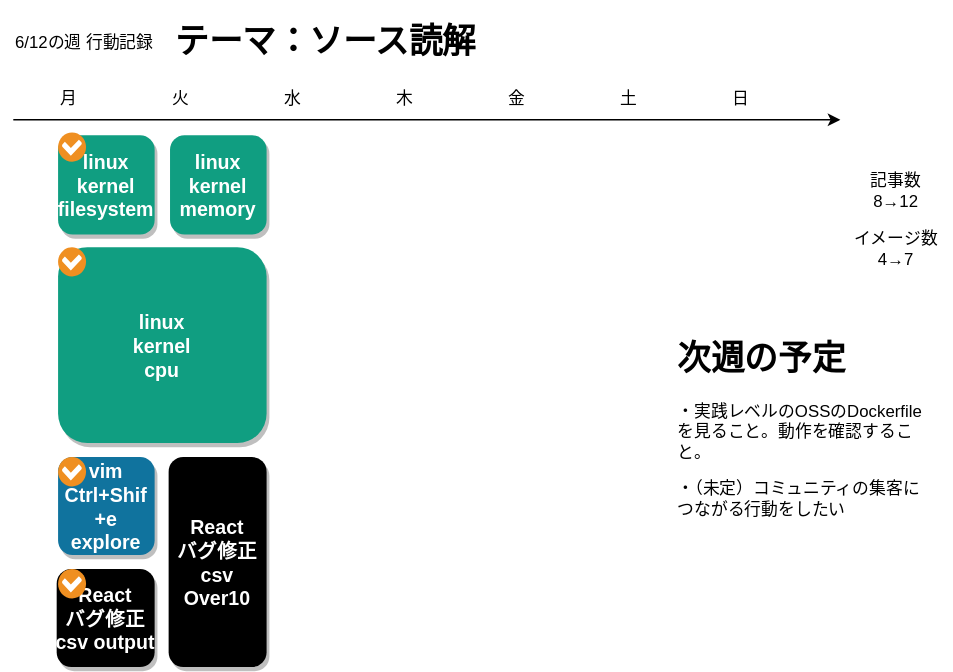
Before: 人生設計-20230619.drawio.svg, a diagram exported from draw.io (minegishirei/draw_v1). Source tidied: cells renumbered, new cells last; positions are measured from the earlier drawing's top-left corner, leaving out a move shared by most shapes. Source of this version:
```xml
<mxGraphModel>
  <root>
    <mxCell id="0" />
    <mxCell id="1" parent="0" />
    <mxCell id="2" value="火" style="text;html=1;strokeColor=none;fillColor=none;align=center;verticalAlign=middle;whiteSpace=wrap;rounded=0;" parent="1" vertex="1">
      <mxGeometry x="99" y="45" width="60" height="30" as="geometry" />
    </mxCell>
    <mxCell id="3" value="水" style="text;html=1;strokeColor=none;fillColor=none;align=center;verticalAlign=middle;whiteSpace=wrap;rounded=0;" parent="1" vertex="1">
      <mxGeometry x="179" y="45" width="60" height="30" as="geometry" />
    </mxCell>
    <mxCell id="4" value="木" style="text;html=1;strokeColor=none;fillColor=none;align=center;verticalAlign=middle;whiteSpace=wrap;rounded=0;" parent="1" vertex="1">
      <mxGeometry x="259" y="45" width="60" height="30" as="geometry" />
    </mxCell>
    <mxCell id="5" value="金" style="text;html=1;strokeColor=none;fillColor=none;align=center;verticalAlign=middle;whiteSpace=wrap;rounded=0;" parent="1" vertex="1">
      <mxGeometry x="339" y="45" width="60" height="30" as="geometry" />
    </mxCell>
    <mxCell id="6" value="土" style="text;html=1;strokeColor=none;fillColor=none;align=center;verticalAlign=middle;whiteSpace=wrap;rounded=0;" parent="1" vertex="1">
      <mxGeometry x="419" y="45" width="60" height="30" as="geometry" />
    </mxCell>
    <mxCell id="7" value="日" style="text;html=1;strokeColor=none;fillColor=none;align=center;verticalAlign=middle;whiteSpace=wrap;rounded=0;" parent="1" vertex="1">
      <mxGeometry x="499" y="45" width="60" height="30" as="geometry" />
    </mxCell>
    <mxCell id="8" value="月" style="text;html=1;strokeColor=none;fillColor=none;align=center;verticalAlign=middle;whiteSpace=wrap;rounded=0;" parent="1" vertex="1">
      <mxGeometry x="19" y="45" width="60" height="30" as="geometry" />
    </mxCell>
    <mxCell id="9" style="endArrow=classic;html=1;rounded=0;" parent="1" edge="1">
      <mxGeometry relative="1" as="geometry">
        <mxPoint x="9" y="75" as="sourcePoint" />
        <mxPoint x="600" y="75" as="targetPoint" />
      </mxGeometry>
    </mxCell>
    <mxCell id="10" value="6/12の週 行動記録" style="text;html=1;strokeColor=none;fillColor=none;align=center;verticalAlign=middle;whiteSpace=wrap;rounded=0;" parent="1" vertex="1">
      <mxGeometry y="5" width="120" height="30" as="geometry" />
    </mxCell>
    <mxCell id="11" value="&lt;h1&gt;テーマ：ソース読解&lt;/h1&gt;" style="text;html=1;strokeColor=none;fillColor=none;spacing=5;spacingTop=-20;whiteSpace=wrap;overflow=hidden;rounded=0;" parent="1" vertex="1">
      <mxGeometry x="120" width="480" height="40" as="geometry" />
    </mxCell>
    <mxCell id="12" value="記事数&lt;br&gt;8→12" style="text;html=1;strokeColor=none;fillColor=none;align=center;verticalAlign=middle;whiteSpace=wrap;rounded=0;" parent="1" vertex="1">
      <mxGeometry x="600" y="105" width="80" height="41" as="geometry" />
    </mxCell>
    <mxCell id="13" value="イメージ数&lt;br&gt;4→7" style="text;html=1;strokeColor=none;fillColor=none;align=center;verticalAlign=middle;whiteSpace=wrap;rounded=0;" parent="1" vertex="1">
      <mxGeometry x="600" y="146" width="80" height="41" as="geometry" />
    </mxCell>
    <mxCell id="14" value="&lt;h1&gt;次週の予定&lt;/h1&gt;&lt;p&gt;・実践レベルのOSSのDockerfileを見ること。動作を確認すること。&lt;/p&gt;&lt;p&gt;・（未定）コミュニティの集客につながる行動をしたい&lt;/p&gt;" style="text;html=1;strokeColor=none;fillColor=none;spacing=5;spacingTop=-20;whiteSpace=wrap;overflow=hidden;rounded=0;" parent="1" vertex="1">
      <mxGeometry x="479" y="226" width="190" height="190" as="geometry" />
    </mxCell>
    <mxCell id="15" value="linux &#10;kernel&#10;filesystem" style="rounded=1;fillColor=#109e81;strokeColor=none;shadow=1;gradientColor=none;fontStyle=1;fontColor=#FFFFFF;fontSize=14;" parent="1" vertex="1">
      <mxGeometry x="41" y="86" width="69" height="71" as="geometry" />
    </mxCell>
    <mxCell id="16" style="shadow=0;dashed=0;html=1;strokeColor=none;fillColor=#EF8F21;labelPosition=center;verticalLabelPosition=bottom;verticalAlign=top;align=center;shape=mxgraph.veeam.checked;" parent="1" vertex="1">
      <mxGeometry x="41" y="84" width="20" height="21" as="geometry" />
    </mxCell>
    <mxCell id="17" value="linux &#10;kernel&#10;cpu" style="rounded=1;fillColor=#109e81;strokeColor=none;shadow=1;gradientColor=none;fontStyle=1;fontColor=#FFFFFF;fontSize=14;" parent="1" vertex="1">
      <mxGeometry x="41" y="166" width="149" height="140" as="geometry" />
    </mxCell>
    <mxCell id="18" value="vim&#10;Ctrl+Shif&#10;+e&#10;explore" style="rounded=1;fillColor=#10739E;strokeColor=none;shadow=1;gradientColor=none;fontStyle=1;fontColor=#FFFFFF;fontSize=14;" parent="1" vertex="1">
      <mxGeometry x="41" y="316" width="69" height="70" as="geometry" />
    </mxCell>
    <mxCell id="19" style="shadow=0;dashed=0;html=1;strokeColor=none;fillColor=#EF8F21;labelPosition=center;verticalLabelPosition=bottom;verticalAlign=top;align=center;shape=mxgraph.veeam.checked;" parent="1" vertex="1">
      <mxGeometry x="41" y="166" width="20" height="21" as="geometry" />
    </mxCell>
    <mxCell id="20" style="shadow=0;dashed=0;html=1;strokeColor=none;fillColor=#EF8F21;labelPosition=center;verticalLabelPosition=bottom;verticalAlign=top;align=center;shape=mxgraph.veeam.checked;" parent="1" vertex="1">
      <mxGeometry x="41" y="316" width="20" height="21" as="geometry" />
    </mxCell>
    <mxCell id="21" value="React&#10;バグ修正&#10;csv output" style="rounded=1;fillColor=#000000;strokeColor=none;shadow=1;gradientColor=none;fontStyle=1;fontColor=#FFFFFF;fontSize=14;" parent="1" vertex="1">
      <mxGeometry x="40" y="396" width="70" height="70" as="geometry" />
    </mxCell>
    <mxCell id="22" style="shadow=0;dashed=0;html=1;strokeColor=none;fillColor=#EF8F21;labelPosition=center;verticalLabelPosition=bottom;verticalAlign=top;align=center;shape=mxgraph.veeam.checked;" parent="1" vertex="1">
      <mxGeometry x="41" y="396" width="20" height="21" as="geometry" />
    </mxCell>
    <mxCell id="23" value="linux &#10;kernel&#10;memory" style="rounded=1;fillColor=#109e81;strokeColor=none;shadow=1;gradientColor=none;fontStyle=1;fontColor=#FFFFFF;fontSize=14;" parent="1" vertex="1">
      <mxGeometry x="121" y="86" width="69" height="71" as="geometry" />
    </mxCell>
    <mxCell id="24" value="React&#10;バグ修正&#10;csv&#10;Over10" style="rounded=1;fillColor=#000000;strokeColor=none;shadow=1;gradientColor=none;fontStyle=1;fontColor=#FFFFFF;fontSize=14;" parent="1" vertex="1">
      <mxGeometry x="120" y="316" width="70" height="150" as="geometry" />
    </mxCell>
  </root>
</mxGraphModel>
```
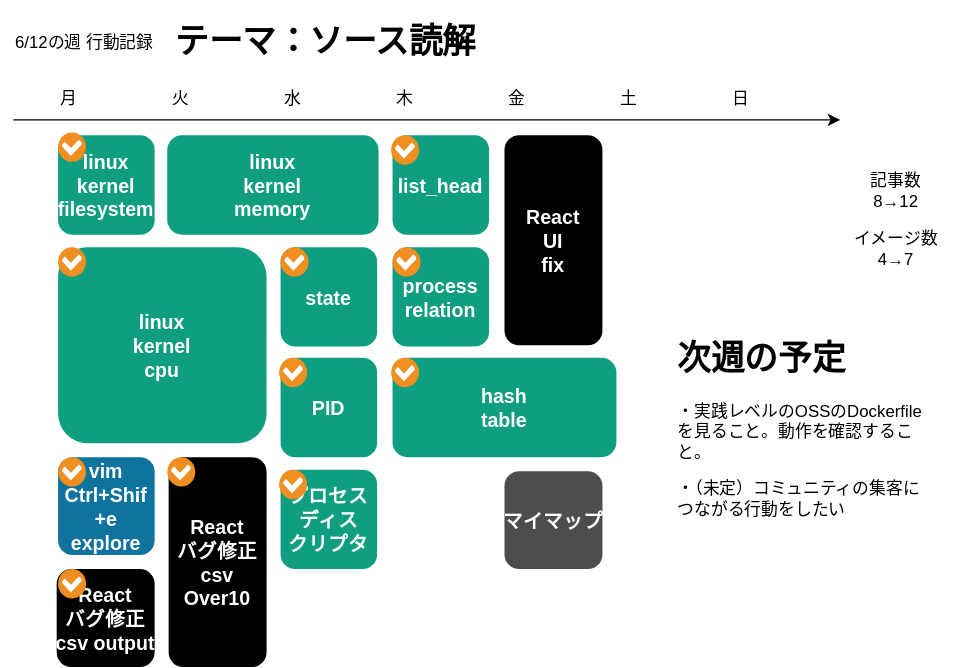
Later version of the same file.

Commit message:
人生設計-20230619.drawio.svg を追加しました。

What changed in the source:
```diff
@@ -2,58 +2,58 @@
   <root>
     <mxCell id="0" />
     <mxCell id="1" parent="0" />
-    <mxCell id="2" value="火" style="text;html=1;strokeColor=none;fillColor=none;align=center;verticalAlign=middle;whiteSpace=wrap;rounded=0;" parent="1" vertex="1">
+    <mxCell id="2" value="火" style="text;html=1;strokeColor=none;fillColor=none;align=center;verticalAlign=middle;whiteSpace=wrap;rounded=0;shadow=0;" parent="1" vertex="1">
       <mxGeometry x="99" y="45" width="60" height="30" as="geometry" />
     </mxCell>
-    <mxCell id="3" value="水" style="text;html=1;strokeColor=none;fillColor=none;align=center;verticalAlign=middle;whiteSpace=wrap;rounded=0;" parent="1" vertex="1">
+    <mxCell id="3" value="水" style="text;html=1;strokeColor=none;fillColor=none;align=center;verticalAlign=middle;whiteSpace=wrap;rounded=0;shadow=0;" parent="1" vertex="1">
       <mxGeometry x="179" y="45" width="60" height="30" as="geometry" />
     </mxCell>
-    <mxCell id="4" value="木" style="text;html=1;strokeColor=none;fillColor=none;align=center;verticalAlign=middle;whiteSpace=wrap;rounded=0;" parent="1" vertex="1">
+    <mxCell id="4" value="木" style="text;html=1;strokeColor=none;fillColor=none;align=center;verticalAlign=middle;whiteSpace=wrap;rounded=0;shadow=0;" parent="1" vertex="1">
       <mxGeometry x="259" y="45" width="60" height="30" as="geometry" />
     </mxCell>
-    <mxCell id="5" value="金" style="text;html=1;strokeColor=none;fillColor=none;align=center;verticalAlign=middle;whiteSpace=wrap;rounded=0;" parent="1" vertex="1">
+    <mxCell id="5" value="金" style="text;html=1;strokeColor=none;fillColor=none;align=center;verticalAlign=middle;whiteSpace=wrap;rounded=0;shadow=0;" parent="1" vertex="1">
       <mxGeometry x="339" y="45" width="60" height="30" as="geometry" />
     </mxCell>
-    <mxCell id="6" value="土" style="text;html=1;strokeColor=none;fillColor=none;align=center;verticalAlign=middle;whiteSpace=wrap;rounded=0;" parent="1" vertex="1">
+    <mxCell id="6" value="土" style="text;html=1;strokeColor=none;fillColor=none;align=center;verticalAlign=middle;whiteSpace=wrap;rounded=0;shadow=0;" parent="1" vertex="1">
       <mxGeometry x="419" y="45" width="60" height="30" as="geometry" />
     </mxCell>
-    <mxCell id="7" value="日" style="text;html=1;strokeColor=none;fillColor=none;align=center;verticalAlign=middle;whiteSpace=wrap;rounded=0;" parent="1" vertex="1">
+    <mxCell id="7" value="日" style="text;html=1;strokeColor=none;fillColor=none;align=center;verticalAlign=middle;whiteSpace=wrap;rounded=0;shadow=0;" parent="1" vertex="1">
       <mxGeometry x="499" y="45" width="60" height="30" as="geometry" />
     </mxCell>
-    <mxCell id="8" value="月" style="text;html=1;strokeColor=none;fillColor=none;align=center;verticalAlign=middle;whiteSpace=wrap;rounded=0;" parent="1" vertex="1">
+    <mxCell id="8" value="月" style="text;html=1;strokeColor=none;fillColor=none;align=center;verticalAlign=middle;whiteSpace=wrap;rounded=0;shadow=0;" parent="1" vertex="1">
       <mxGeometry x="19" y="45" width="60" height="30" as="geometry" />
     </mxCell>
-    <mxCell id="9" style="endArrow=classic;html=1;rounded=0;" parent="1" edge="1">
+    <mxCell id="9" style="endArrow=classic;html=1;rounded=0;shadow=0;" parent="1" edge="1">
       <mxGeometry relative="1" as="geometry">
         <mxPoint x="9" y="75" as="sourcePoint" />
         <mxPoint x="600" y="75" as="targetPoint" />
       </mxGeometry>
     </mxCell>
-    <mxCell id="10" value="6/12の週 行動記録" style="text;html=1;strokeColor=none;fillColor=none;align=center;verticalAlign=middle;whiteSpace=wrap;rounded=0;" parent="1" vertex="1">
+    <mxCell id="10" value="6/12の週 行動記録" style="text;html=1;strokeColor=none;fillColor=none;align=center;verticalAlign=middle;whiteSpace=wrap;rounded=0;shadow=0;" parent="1" vertex="1">
       <mxGeometry y="5" width="120" height="30" as="geometry" />
     </mxCell>
-    <mxCell id="11" value="&lt;h1&gt;テーマ：ソース読解&lt;/h1&gt;" style="text;html=1;strokeColor=none;fillColor=none;spacing=5;spacingTop=-20;whiteSpace=wrap;overflow=hidden;rounded=0;" parent="1" vertex="1">
+    <mxCell id="11" value="&lt;h1&gt;テーマ：ソース読解&lt;/h1&gt;" style="text;html=1;strokeColor=none;fillColor=none;spacing=5;spacingTop=-20;whiteSpace=wrap;overflow=hidden;rounded=0;shadow=0;" parent="1" vertex="1">
       <mxGeometry x="120" width="480" height="40" as="geometry" />
     </mxCell>
-    <mxCell id="12" value="記事数&lt;br&gt;8→12" style="text;html=1;strokeColor=none;fillColor=none;align=center;verticalAlign=middle;whiteSpace=wrap;rounded=0;" parent="1" vertex="1">
+    <mxCell id="12" value="記事数&lt;br&gt;8→12" style="text;html=1;strokeColor=none;fillColor=none;align=center;verticalAlign=middle;whiteSpace=wrap;rounded=0;shadow=0;" parent="1" vertex="1">
       <mxGeometry x="600" y="105" width="80" height="41" as="geometry" />
     </mxCell>
-    <mxCell id="13" value="イメージ数&lt;br&gt;4→7" style="text;html=1;strokeColor=none;fillColor=none;align=center;verticalAlign=middle;whiteSpace=wrap;rounded=0;" parent="1" vertex="1">
+    <mxCell id="13" value="イメージ数&lt;br&gt;4→7" style="text;html=1;strokeColor=none;fillColor=none;align=center;verticalAlign=middle;whiteSpace=wrap;rounded=0;shadow=0;" parent="1" vertex="1">
       <mxGeometry x="600" y="146" width="80" height="41" as="geometry" />
     </mxCell>
-    <mxCell id="14" value="&lt;h1&gt;次週の予定&lt;/h1&gt;&lt;p&gt;・実践レベルのOSSのDockerfileを見ること。動作を確認すること。&lt;/p&gt;&lt;p&gt;・（未定）コミュニティの集客につながる行動をしたい&lt;/p&gt;" style="text;html=1;strokeColor=none;fillColor=none;spacing=5;spacingTop=-20;whiteSpace=wrap;overflow=hidden;rounded=0;" parent="1" vertex="1">
+    <mxCell id="14" value="&lt;h1&gt;次週の予定&lt;/h1&gt;&lt;p&gt;・実践レベルのOSSのDockerfileを見ること。動作を確認すること。&lt;/p&gt;&lt;p&gt;・（未定）コミュニティの集客につながる行動をしたい&lt;/p&gt;" style="text;html=1;strokeColor=none;fillColor=none;spacing=5;spacingTop=-20;whiteSpace=wrap;overflow=hidden;rounded=0;shadow=0;" parent="1" vertex="1">
       <mxGeometry x="479" y="226" width="190" height="190" as="geometry" />
     </mxCell>
-    <mxCell id="15" value="linux &#10;kernel&#10;filesystem" style="rounded=1;fillColor=#109e81;strokeColor=none;shadow=1;gradientColor=none;fontStyle=1;fontColor=#FFFFFF;fontSize=14;" parent="1" vertex="1">
+    <mxCell id="15" value="linux &#10;kernel&#10;filesystem" style="rounded=1;fillColor=#109e81;strokeColor=none;shadow=0;gradientColor=none;fontStyle=1;fontColor=#FFFFFF;fontSize=14;" parent="1" vertex="1">
       <mxGeometry x="41" y="86" width="69" height="71" as="geometry" />
     </mxCell>
     <mxCell id="16" style="shadow=0;dashed=0;html=1;strokeColor=none;fillColor=#EF8F21;labelPosition=center;verticalLabelPosition=bottom;verticalAlign=top;align=center;shape=mxgraph.veeam.checked;" parent="1" vertex="1">
       <mxGeometry x="41" y="84" width="20" height="21" as="geometry" />
     </mxCell>
-    <mxCell id="17" value="linux &#10;kernel&#10;cpu" style="rounded=1;fillColor=#109e81;strokeColor=none;shadow=1;gradientColor=none;fontStyle=1;fontColor=#FFFFFF;fontSize=14;" parent="1" vertex="1">
+    <mxCell id="17" value="linux &#10;kernel&#10;cpu" style="rounded=1;fillColor=#109e81;strokeColor=none;shadow=0;gradientColor=none;fontStyle=1;fontColor=#FFFFFF;fontSize=14;" parent="1" vertex="1">
       <mxGeometry x="41" y="166" width="149" height="140" as="geometry" />
     </mxCell>
-    <mxCell id="18" value="vim&#10;Ctrl+Shif&#10;+e&#10;explore" style="rounded=1;fillColor=#10739E;strokeColor=none;shadow=1;gradientColor=none;fontStyle=1;fontColor=#FFFFFF;fontSize=14;" parent="1" vertex="1">
+    <mxCell id="18" value="vim&#10;Ctrl+Shif&#10;+e&#10;explore" style="rounded=1;fillColor=#10739E;strokeColor=none;shadow=0;gradientColor=none;fontStyle=1;fontColor=#FFFFFF;fontSize=14;" parent="1" vertex="1">
       <mxGeometry x="41" y="316" width="69" height="70" as="geometry" />
     </mxCell>
     <mxCell id="19" style="shadow=0;dashed=0;html=1;strokeColor=none;fillColor=#EF8F21;labelPosition=center;verticalLabelPosition=bottom;verticalAlign=top;align=center;shape=mxgraph.veeam.checked;" parent="1" vertex="1">
@@ -62,17 +62,62 @@
     <mxCell id="20" style="shadow=0;dashed=0;html=1;strokeColor=none;fillColor=#EF8F21;labelPosition=center;verticalLabelPosition=bottom;verticalAlign=top;align=center;shape=mxgraph.veeam.checked;" parent="1" vertex="1">
       <mxGeometry x="41" y="316" width="20" height="21" as="geometry" />
     </mxCell>
-    <mxCell id="21" value="React&#10;バグ修正&#10;csv output" style="rounded=1;fillColor=#000000;strokeColor=none;shadow=1;gradientColor=none;fontStyle=1;fontColor=#FFFFFF;fontSize=14;" parent="1" vertex="1">
+    <mxCell id="21" value="React&#10;バグ修正&#10;csv output" style="rounded=1;fillColor=#000000;strokeColor=none;shadow=0;gradientColor=none;fontStyle=1;fontColor=#FFFFFF;fontSize=14;" parent="1" vertex="1">
       <mxGeometry x="40" y="396" width="70" height="70" as="geometry" />
     </mxCell>
     <mxCell id="22" style="shadow=0;dashed=0;html=1;strokeColor=none;fillColor=#EF8F21;labelPosition=center;verticalLabelPosition=bottom;verticalAlign=top;align=center;shape=mxgraph.veeam.checked;" parent="1" vertex="1">
       <mxGeometry x="41" y="396" width="20" height="21" as="geometry" />
     </mxCell>
-    <mxCell id="23" value="linux &#10;kernel&#10;memory" style="rounded=1;fillColor=#109e81;strokeColor=none;shadow=1;gradientColor=none;fontStyle=1;fontColor=#FFFFFF;fontSize=14;" parent="1" vertex="1">
-      <mxGeometry x="121" y="86" width="69" height="71" as="geometry" />
+    <mxCell id="23" value="linux &#10;kernel&#10;memory" style="rounded=1;fillColor=#109e81;strokeColor=none;shadow=0;gradientColor=none;fontStyle=1;fontColor=#FFFFFF;fontSize=14;" parent="1" vertex="1">
+      <mxGeometry x="119" y="86" width="151" height="71" as="geometry" />
     </mxCell>
-    <mxCell id="24" value="React&#10;バグ修正&#10;csv&#10;Over10" style="rounded=1;fillColor=#000000;strokeColor=none;shadow=1;gradientColor=none;fontStyle=1;fontColor=#FFFFFF;fontSize=14;" parent="1" vertex="1">
+    <mxCell id="24" value="React&#10;バグ修正&#10;csv&#10;Over10" style="rounded=1;fillColor=#000000;strokeColor=none;shadow=0;gradientColor=none;fontStyle=1;fontColor=#FFFFFF;fontSize=14;" parent="1" vertex="1">
       <mxGeometry x="120" y="316" width="70" height="150" as="geometry" />
     </mxCell>
+    <mxCell id="25" style="shadow=0;dashed=0;html=1;strokeColor=none;fillColor=#EF8F21;labelPosition=center;verticalLabelPosition=bottom;verticalAlign=top;align=center;shape=mxgraph.veeam.checked;" parent="1" vertex="1">
+      <mxGeometry x="119" y="316" width="20" height="21" as="geometry" />
+    </mxCell>
+    <mxCell id="26" value="state" style="rounded=1;fillColor=#109e81;strokeColor=none;shadow=0;gradientColor=none;fontStyle=1;fontColor=#FFFFFF;fontSize=14;" parent="1" vertex="1">
+      <mxGeometry x="200" y="166" width="69" height="71" as="geometry" />
+    </mxCell>
+    <mxCell id="27" value="PID" style="rounded=1;fillColor=#109e81;strokeColor=none;shadow=0;gradientColor=none;fontStyle=1;fontColor=#FFFFFF;fontSize=14;" parent="1" vertex="1">
+      <mxGeometry x="200" y="245" width="69" height="71" as="geometry" />
+    </mxCell>
+    <mxCell id="28" value="プロセス&#10;ディス&#10;クリプタ" style="rounded=1;fillColor=#109e81;strokeColor=none;shadow=0;gradientColor=none;fontStyle=1;fontColor=#FFFFFF;fontSize=14;" parent="1" vertex="1">
+      <mxGeometry x="200" y="325" width="69" height="71" as="geometry" />
+    </mxCell>
+    <mxCell id="29" value="list_head" style="rounded=1;fillColor=#109e81;strokeColor=none;shadow=0;gradientColor=none;fontStyle=1;fontColor=#FFFFFF;fontSize=14;" parent="1" vertex="1">
+      <mxGeometry x="280" y="86" width="69" height="71" as="geometry" />
+    </mxCell>
+    <mxCell id="30" value="process&#10;relation" style="rounded=1;fillColor=#109e81;strokeColor=none;shadow=0;gradientColor=none;fontStyle=1;fontColor=#FFFFFF;fontSize=14;" parent="1" vertex="1">
+      <mxGeometry x="280" y="166" width="69" height="71" as="geometry" />
+    </mxCell>
+    <mxCell id="31" value="hash&#10;table" style="rounded=1;fillColor=#109e81;strokeColor=none;shadow=0;gradientColor=none;fontStyle=1;fontColor=#FFFFFF;fontSize=14;" parent="1" vertex="1">
+      <mxGeometry x="280" y="245" width="160" height="71" as="geometry" />
+    </mxCell>
+    <mxCell id="32" style="shadow=0;dashed=0;html=1;strokeColor=none;fillColor=#EF8F21;labelPosition=center;verticalLabelPosition=bottom;verticalAlign=top;align=center;shape=mxgraph.veeam.checked;" parent="1" vertex="1">
+      <mxGeometry x="200" y="166" width="20" height="21" as="geometry" />
+    </mxCell>
+    <mxCell id="33" style="shadow=0;dashed=0;html=1;strokeColor=none;fillColor=#EF8F21;labelPosition=center;verticalLabelPosition=bottom;verticalAlign=top;align=center;shape=mxgraph.veeam.checked;" parent="1" vertex="1">
+      <mxGeometry x="199" y="245" width="20" height="21" as="geometry" />
+    </mxCell>
+    <mxCell id="34" style="shadow=0;dashed=0;html=1;strokeColor=none;fillColor=#EF8F21;labelPosition=center;verticalLabelPosition=bottom;verticalAlign=top;align=center;shape=mxgraph.veeam.checked;" parent="1" vertex="1">
+      <mxGeometry x="199" y="325" width="20" height="21" as="geometry" />
+    </mxCell>
+    <mxCell id="35" style="shadow=0;dashed=0;html=1;strokeColor=none;fillColor=#EF8F21;labelPosition=center;verticalLabelPosition=bottom;verticalAlign=top;align=center;shape=mxgraph.veeam.checked;" parent="1" vertex="1">
+      <mxGeometry x="280" y="166" width="20" height="21" as="geometry" />
+    </mxCell>
+    <mxCell id="36" style="shadow=0;dashed=0;html=1;strokeColor=none;fillColor=#EF8F21;labelPosition=center;verticalLabelPosition=bottom;verticalAlign=top;align=center;shape=mxgraph.veeam.checked;" parent="1" vertex="1">
+      <mxGeometry x="279" y="86" width="20" height="21" as="geometry" />
+    </mxCell>
+    <mxCell id="37" value="React&#10;UI&#10;fix" style="rounded=1;fillColor=#000000;strokeColor=none;shadow=0;gradientColor=none;fontStyle=1;fontColor=#FFFFFF;fontSize=14;" parent="1" vertex="1">
+      <mxGeometry x="360" y="86" width="70" height="150" as="geometry" />
+    </mxCell>
+    <mxCell id="38" style="shadow=0;dashed=0;html=1;strokeColor=none;fillColor=#EF8F21;labelPosition=center;verticalLabelPosition=bottom;verticalAlign=top;align=center;shape=mxgraph.veeam.checked;" parent="1" vertex="1">
+      <mxGeometry x="279" y="245" width="20" height="21" as="geometry" />
+    </mxCell>
+    <mxCell id="39" value="マイマップ" style="rounded=1;fillColor=#4D4D4D;strokeColor=none;shadow=0;gradientColor=none;fontStyle=1;fontColor=#FFFFFF;fontSize=14;" parent="1" vertex="1">
+      <mxGeometry x="360" y="326" width="70" height="70" as="geometry" />
+    </mxCell>
   </root>
 </mxGraphModel>
```
